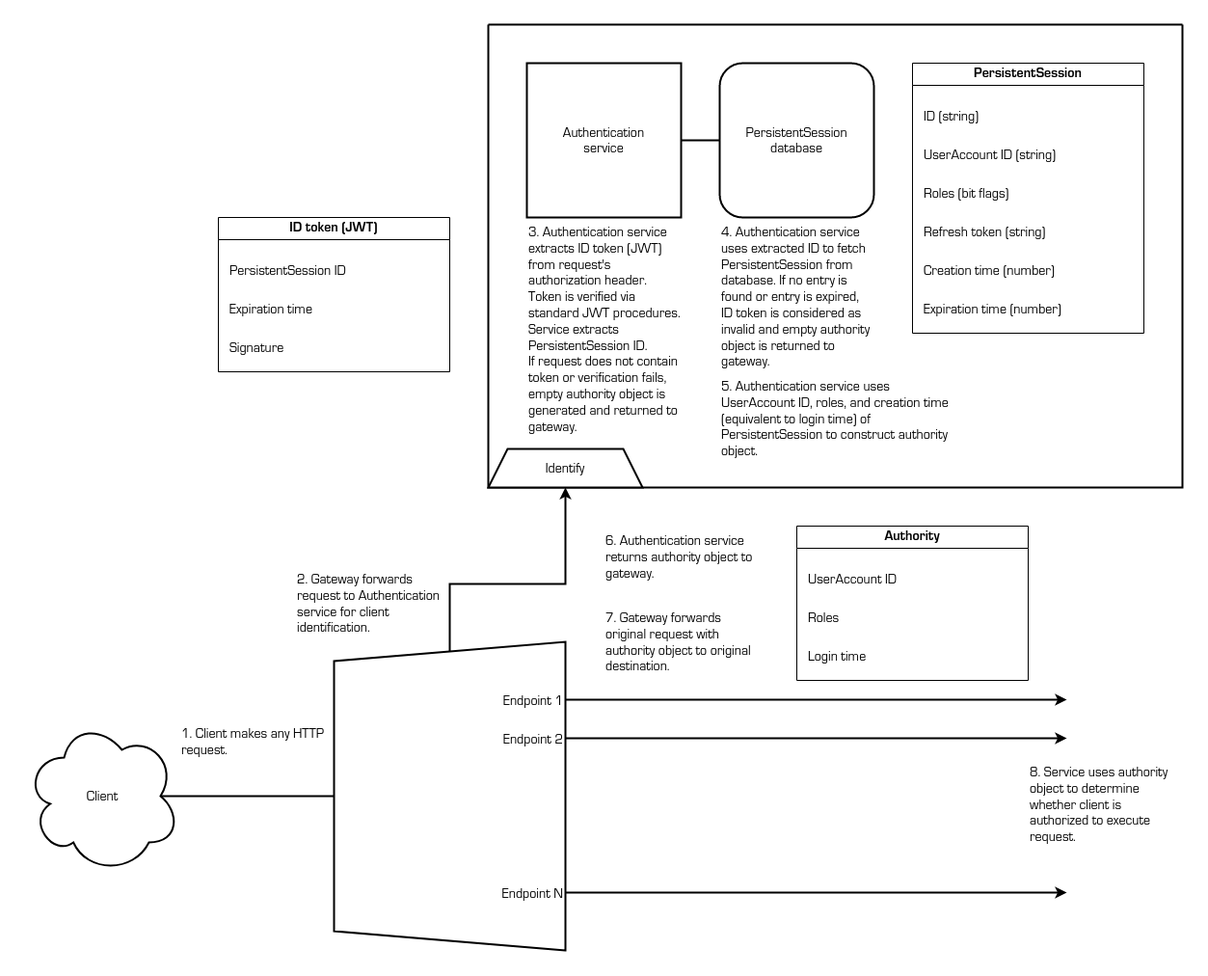
Above: docs/identification-flow.png in shinhugh/base (draw.io), before the change. Source tidied: cells renumbered, new cells last; positions are measured from the earlier drawing's top-left corner, leaving out a move shared by most shapes.
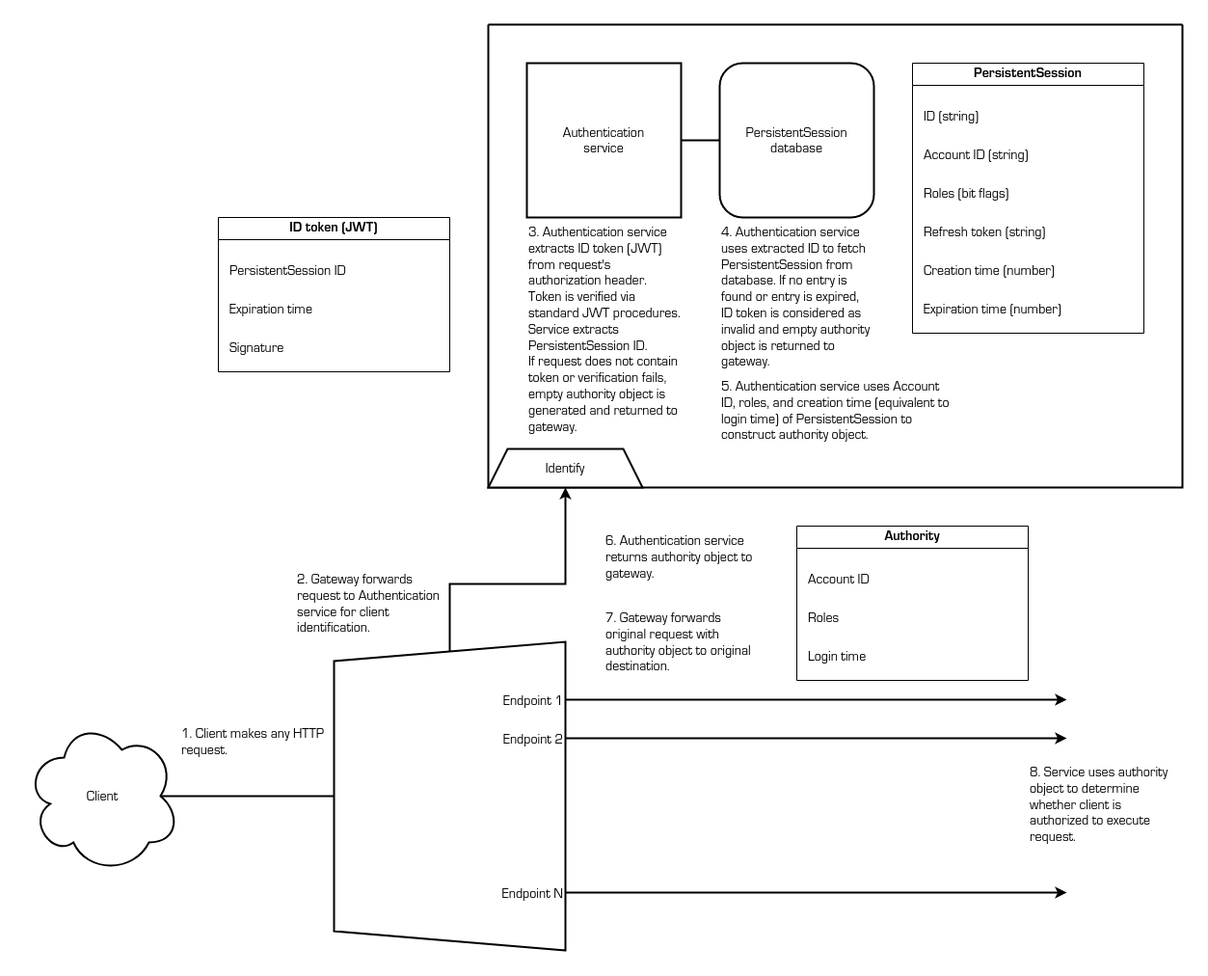
The same diagram one commit later.

Commit message:
Update readme and diagrams per UserAccount rename to Account

Diff of the diagram source:
```diff
@@ -23,7 +23,7 @@
     <mxCell id="8" value="Expiration time (number)" style="text;strokeColor=none;fillColor=none;align=left;verticalAlign=top;whiteSpace=wrap;rounded=0;fontFamily=Lucida Console;fontSize=14;" parent="5" vertex="1">
       <mxGeometry x="10" y="240" width="220" height="40" as="geometry" />
     </mxCell>
-    <mxCell id="9" value="UserAccount ID (string)" style="text;strokeColor=none;fillColor=none;align=left;verticalAlign=top;whiteSpace=wrap;rounded=0;fontFamily=Lucida Console;fontSize=14;" parent="5" vertex="1">
+    <mxCell id="9" value="Account ID (string)" style="text;strokeColor=none;fillColor=none;align=left;verticalAlign=top;whiteSpace=wrap;rounded=0;fontFamily=Lucida Console;fontSize=14;" parent="5" vertex="1">
       <mxGeometry x="10" y="80" width="220" height="40" as="geometry" />
     </mxCell>
     <mxCell id="10" value="Refresh token (string)" style="text;strokeColor=none;fillColor=none;align=left;verticalAlign=top;whiteSpace=wrap;rounded=0;fontFamily=Lucida Console;fontSize=14;" parent="5" vertex="1">
@@ -44,7 +44,7 @@
     <mxCell id="15" value="4. Authentication service uses extracted ID to fetch PersistentSession from database. If no entry is found or entry is expired, ID token is considered as invalid and empty authority object is returned to gateway." style="text;strokeColor=none;fillColor=none;align=left;verticalAlign=top;rounded=0;fontSize=14;fontFamily=Lucida Console;whiteSpace=wrap;" parent="2" vertex="1">
       <mxGeometry x="240" y="200" width="160" height="160" as="geometry" />
     </mxCell>
-    <mxCell id="16" value="5. Authentication service uses UserAccount ID, roles, and creation time (equivalent to login time) of PersistentSession to construct authority object." style="text;strokeColor=none;fillColor=none;align=left;verticalAlign=top;rounded=0;fontSize=14;fontFamily=Lucida Console;whiteSpace=wrap;" parent="2" vertex="1">
+    <mxCell id="16" value="5. Authentication service uses Account ID, roles, and creation time (equivalent to login time) of PersistentSession to construct authority object." style="text;strokeColor=none;fillColor=none;align=left;verticalAlign=top;rounded=0;fontSize=14;fontFamily=Lucida Console;whiteSpace=wrap;" parent="2" vertex="1">
       <mxGeometry x="240" y="360" width="240" height="120" as="geometry" />
     </mxCell>
     <mxCell id="17" style="group;" parent="1" vertex="1">
@@ -121,7 +121,7 @@
     <mxCell id="37" value="Authority" style="swimlane;whiteSpace=wrap;fontFamily=Lucida Console;fontSize=14;" parent="1" vertex="1">
       <mxGeometry x="800" y="520" width="240" height="160" as="geometry" />
     </mxCell>
-    <mxCell id="38" value="UserAccount ID" style="text;strokeColor=none;fillColor=none;align=left;verticalAlign=top;whiteSpace=wrap;rounded=0;fontFamily=Lucida Console;fontSize=14;" parent="37" vertex="1">
+    <mxCell id="38" value="Account ID" style="text;strokeColor=none;fillColor=none;align=left;verticalAlign=top;whiteSpace=wrap;rounded=0;fontFamily=Lucida Console;fontSize=14;" parent="37" vertex="1">
       <mxGeometry x="10" y="40" width="220" height="40" as="geometry" />
     </mxCell>
     <mxCell id="39" value="Roles" style="text;strokeColor=none;fillColor=none;align=left;verticalAlign=top;whiteSpace=wrap;rounded=0;fontFamily=Lucida Console;fontSize=14;" parent="37" vertex="1">
```
